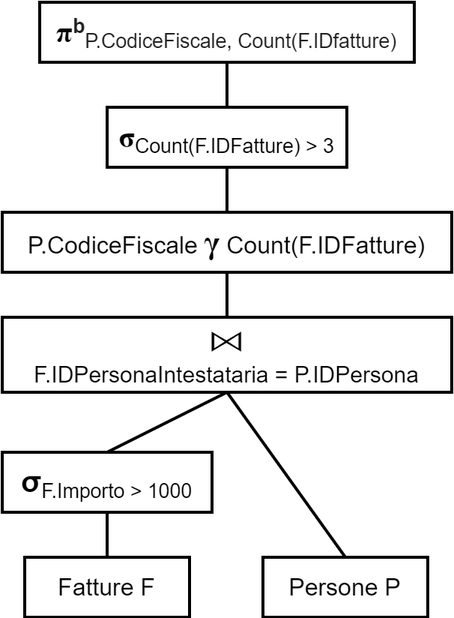
alessandro-antonelli/Studio-professionale-fatture keeps this draw.io diagram as Piani di accesso/Albero logico 3.png. Above is the earlier version. Source tidied: cells renumbered, new cells last; positions are measured from the earlier drawing's top-left corner, leaving out a move shared by most shapes.
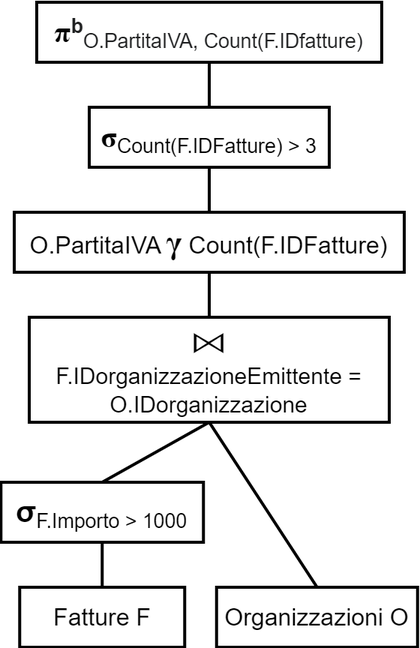
After the change.

The edit, as a diff of the source:
```diff
@@ -2,26 +2,26 @@
   <root>
     <mxCell id="0" />
     <mxCell id="1" parent="0" />
-    <mxCell id="2" value="Persone P" style="text;html=1;fillColor=none;align=center;verticalAlign=middle;whiteSpace=wrap;rounded=0;strokeColor=#000000;strokeWidth=2;fontFamily=Helvetica;fontSize=16;" parent="1" vertex="1">
-      <mxGeometry x="174" y="370" width="110" height="40" as="geometry" />
+    <mxCell id="2" value="Organizzazioni O" style="text;html=1;fillColor=none;align=center;verticalAlign=middle;whiteSpace=wrap;rounded=0;strokeColor=#000000;strokeWidth=2;fontFamily=Helvetica;fontSize=16;" parent="1" vertex="1">
+      <mxGeometry x="154.9" y="390" width="134" height="40" as="geometry" />
     </mxCell>
     <mxCell id="3" value="Fatture F" style="text;html=1;fillColor=none;align=center;verticalAlign=middle;whiteSpace=wrap;rounded=0;strokeColor=#000000;strokeWidth=2;fontFamily=Helvetica;fontSize=16;" parent="1" vertex="1">
-      <mxGeometry x="15" y="370" width="110" height="40" as="geometry" />
+      <mxGeometry x="23.6" y="390" width="110" height="40" as="geometry" />
     </mxCell>
     <mxCell id="4" value="&lt;span style=&quot;text-align: left&quot;&gt;&lt;b&gt;&lt;font style=&quot;font-size: 20px&quot;&gt;σ&lt;/font&gt;&lt;/b&gt;&lt;sub&gt;F.Importo &amp;gt; 1000&lt;/sub&gt;&lt;/span&gt;" style="text;html=1;fillColor=none;align=center;verticalAlign=middle;whiteSpace=wrap;rounded=0;strokeColor=#000000;strokeWidth=2;fontFamily=Helvetica;fontSize=16;" parent="1" vertex="1">
-      <mxGeometry y="300" width="140" height="40" as="geometry" />
+      <mxGeometry x="11.1" y="320" width="135" height="40" as="geometry" />
     </mxCell>
     <mxCell id="5" style="endArrow=none;html=1;entryX=0.5;entryY=0;entryDx=0;entryDy=0;exitX=0.5;exitY=1;exitDx=0;exitDy=0;fontFamily=Helvetica;fontSize=16;strokeWidth=2;" parent="1" edge="1" source="4" target="3">
       <mxGeometry relative="1" as="geometry" />
     </mxCell>
-    <mxCell id="6" value="&lt;span style=&quot;text-align: left&quot;&gt;&lt;font style=&quot;font-size: 22px&quot;&gt;&lt;b&gt;⨝&lt;/b&gt;&lt;/font&gt;&lt;br&gt;&lt;font style=&quot;font-size: 15px&quot;&gt;F.IDPersonaIntestataria = P.IDPersona&lt;/font&gt;&lt;br style=&quot;font-size: 16px&quot;&gt;&lt;/span&gt;" style="text;html=1;fillColor=none;align=center;verticalAlign=middle;whiteSpace=wrap;rounded=0;strokeColor=#000000;strokeWidth=2;fontFamily=Helvetica;fontSize=16;" parent="1" vertex="1">
-      <mxGeometry y="210" width="300" height="50" as="geometry" />
+    <mxCell id="6" value="&lt;span style=&quot;text-align: left&quot;&gt;&lt;font style=&quot;font-size: 22px&quot;&gt;&lt;b&gt;⨝&lt;/b&gt;&lt;/font&gt;&lt;br&gt;&lt;font style=&quot;font-size: 15px&quot;&gt;F.IDorganizzazioneEmittente = O.IDorganizzazione&lt;/font&gt;&lt;br style=&quot;font-size: 16px&quot;&gt;&lt;/span&gt;" style="text;html=1;fillColor=none;align=center;verticalAlign=middle;whiteSpace=wrap;rounded=0;strokeColor=#000000;strokeWidth=2;fontFamily=Helvetica;fontSize=16;" parent="1" vertex="1">
+      <mxGeometry x="30" y="210" width="240" height="70" as="geometry" />
     </mxCell>
-    <mxCell id="7" value="P.CodiceFiscale&amp;nbsp;&lt;b&gt;&lt;font style=&quot;font-size: 22px&quot; face=&quot;Times New Roman&quot;&gt;γ&lt;/font&gt;&lt;/b&gt; Count(F.IDFatture)" style="text;html=1;fillColor=none;align=center;verticalAlign=middle;whiteSpace=wrap;rounded=0;strokeColor=#000000;strokeWidth=2;fontFamily=Helvetica;fontSize=16;" parent="1" vertex="1">
-      <mxGeometry y="140" width="300" height="40" as="geometry" />
+    <mxCell id="7" value="O.PartitaIVA&amp;nbsp;&lt;b&gt;&lt;font style=&quot;font-size: 22px&quot; face=&quot;Times New Roman&quot;&gt;γ&lt;/font&gt;&lt;/b&gt; Count(F.IDFatture)" style="text;html=1;fillColor=none;align=center;verticalAlign=middle;whiteSpace=wrap;rounded=0;strokeColor=#000000;strokeWidth=2;fontFamily=Helvetica;fontSize=16;" parent="1" vertex="1">
+      <mxGeometry x="20" y="140" width="260" height="40" as="geometry" />
     </mxCell>
-    <mxCell id="8" value="&lt;font face=&quot;Times New Roman&quot; size=&quot;1&quot;&gt;&lt;b style=&quot;font-size: 20px&quot;&gt;π&lt;/b&gt;&lt;/font&gt;&lt;font color=&quot;#202122&quot;&gt;&lt;sup&gt;&lt;b&gt;b&lt;/b&gt;&lt;/sup&gt;&lt;sub&gt;P.CodiceFiscale, Count(F.IDfatture)&lt;/sub&gt;&lt;/font&gt;" style="text;html=1;fillColor=none;align=center;verticalAlign=middle;whiteSpace=wrap;rounded=0;strokeColor=#000000;strokeWidth=2;fontFamily=Helvetica;fontSize=16;" parent="1" vertex="1">
-      <mxGeometry x="25" width="250" height="40" as="geometry" />
+    <mxCell id="8" value="&lt;font face=&quot;Times New Roman&quot; size=&quot;1&quot;&gt;&lt;b style=&quot;font-size: 20px&quot;&gt;π&lt;/b&gt;&lt;/font&gt;&lt;font color=&quot;#202122&quot;&gt;&lt;sup&gt;&lt;b&gt;b&lt;/b&gt;&lt;/sup&gt;&lt;sub&gt;O.PartitaIVA, Count(F.IDfatture)&lt;/sub&gt;&lt;/font&gt;" style="text;html=1;fillColor=none;align=center;verticalAlign=middle;whiteSpace=wrap;rounded=0;strokeColor=#000000;strokeWidth=2;fontFamily=Helvetica;fontSize=16;" parent="1" vertex="1">
+      <mxGeometry x="35" width="230" height="40" as="geometry" />
     </mxCell>
     <mxCell id="9" style="endArrow=none;html=1;entryX=0.5;entryY=1;entryDx=0;entryDy=0;exitX=0.5;exitY=0;exitDx=0;exitDy=0;fontFamily=Helvetica;fontSize=16;strokeWidth=2;" parent="1" edge="1" source="2" target="6">
       <mxGeometry relative="1" as="geometry" />
```
